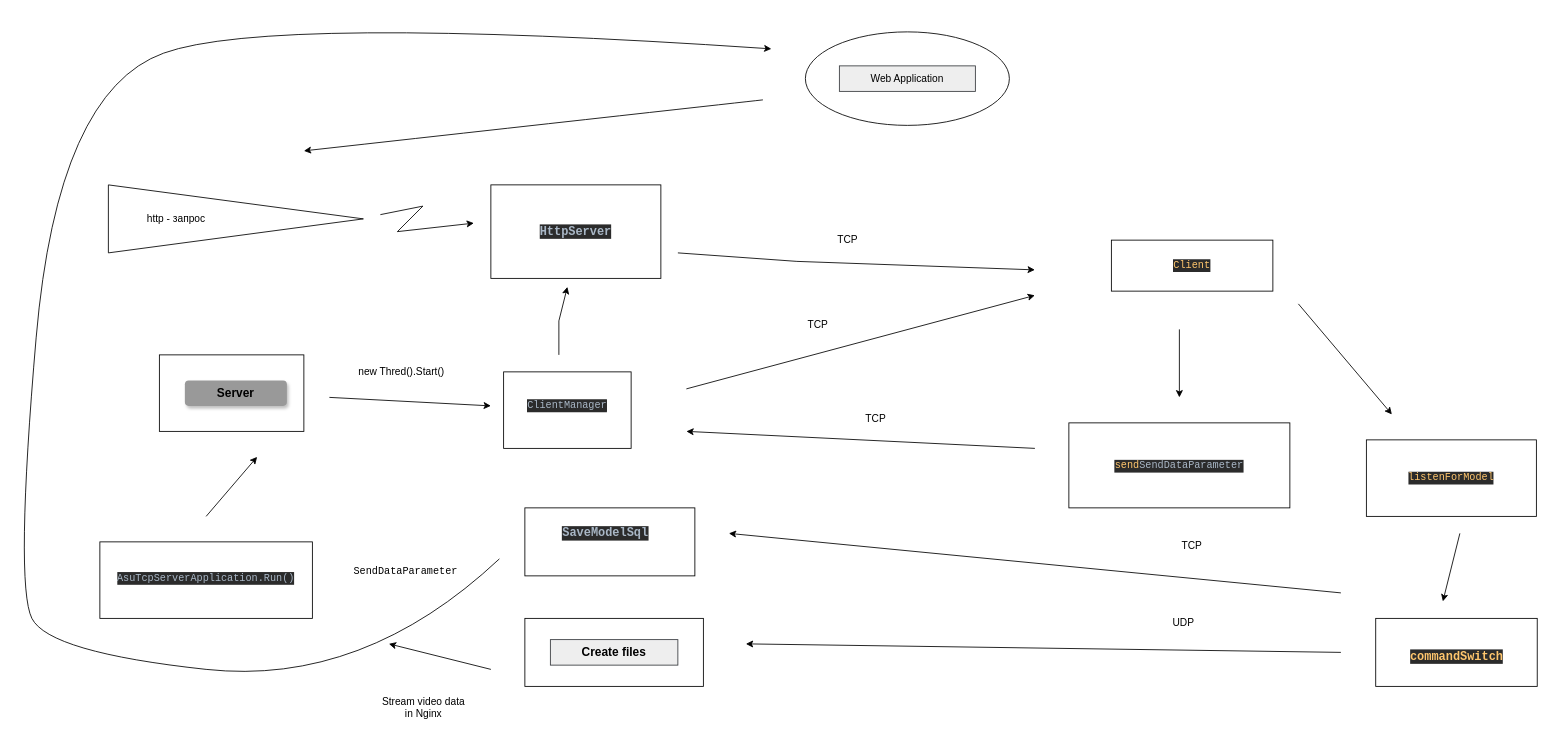
Before: src/main/java/structure_diagram.drawio in seregAnt02/AsuTcpServerOnJava, a draw.io diagram. Source tidied: cells renumbered, new cells numbered last; positions are measured from the earlier drawing's top-left corner, leaving out a move shared by most shapes. Both pictures are drawn from the tidied source at 85%, with x=0, y=0 at pixel (14, 14).
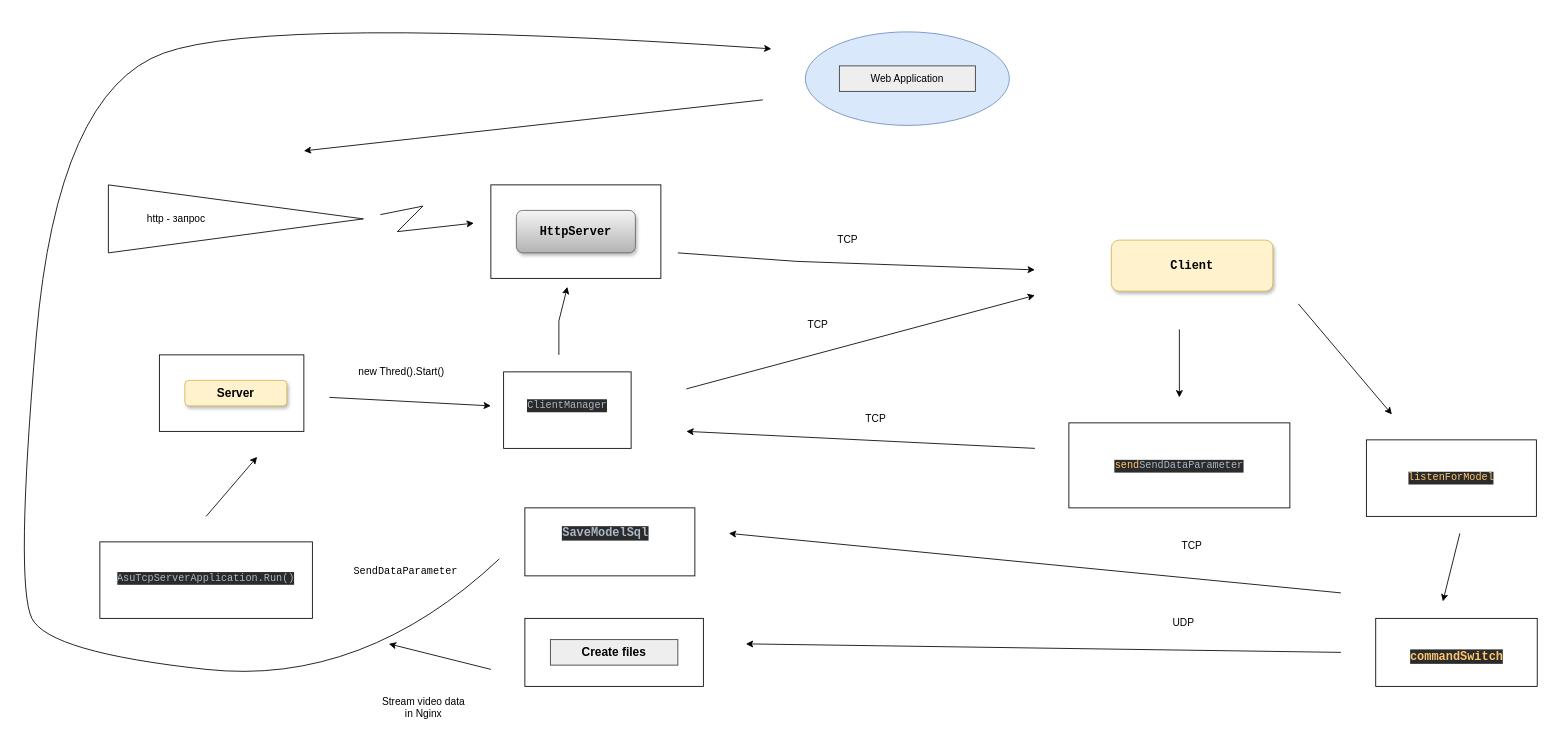
Above is the later version.

The change refers to these unchanged cells:
```xml
<mxCell id="19" style="group;" parent="1" vertex="1">
  <mxGeometry x="560" y="200" width="200" height="310" as="geometry" />
</mxCell>
<mxCell id="30" style="group;" parent="1" vertex="1">
  <mxGeometry x="170" y="400" width="170" height="90" as="geometry" />
</mxCell>
<mxCell id="50" style="group;" parent="1" vertex="1">
  <mxGeometry x="930" y="20" width="240" height="110" as="geometry" />
</mxCell>
```

The edit, as a diff of the source:
```diff
@@
-    <mxCell id="23" value="&lt;h3 style=&quot;background-color: light-dark(rgb(43, 43, 43), rgb(200, 200, 200)); color: light-dark(rgb(169, 183, 198), rgb(71, 83, 96)); font-family: &amp;quot;JetBrains Mono&amp;quot;, monospace;&quot;&gt;HttpServer&lt;/h3&gt;" style="text;html=1;align=center;verticalAlign=middle;whiteSpace=wrap;rounded=0;" parent="19" vertex="1">
+    <mxCell id="23" value="&lt;h3 style=&quot;font-family: &amp;quot;JetBrains Mono&amp;quot;, monospace;&quot;&gt;&lt;font style=&quot;color: light-dark(rgb(0, 0, 0), rgb(71, 83, 96));&quot;&gt;HttpServer&lt;/font&gt;&lt;/h3&gt;" style="text;html=1;align=center;verticalAlign=middle;whiteSpace=wrap;rounded=1;shadow=1;fillColor=#f5f5f5;strokeColor=#666666;gradientColor=#b3b3b3;" parent="19" vertex="1">
       <mxGeometry x="30" y="30" width="140" height="50" as="geometry" />
     </mxCell>
@@
-    <mxCell id="32" value="&lt;h3&gt;Server&lt;/h3&gt;" style="text;html=1;align=center;verticalAlign=middle;whiteSpace=wrap;rounded=1;shadow=1;fillColor=#999999;" parent="30" vertex="1">
+    <mxCell id="32" value="&lt;h3&gt;Server&lt;/h3&gt;" style="text;html=1;align=center;verticalAlign=middle;whiteSpace=wrap;rounded=1;shadow=1;fillColor=#fff2cc;strokeColor=#d6b656;" parent="30" vertex="1">
       <mxGeometry x="30" y="30" width="120" height="30" as="geometry" />
     </mxCell>
@@
-    <mxCell id="51" style="ellipse;whiteSpace=wrap;html=1;" parent="50" vertex="1">
+    <mxCell id="51" style="ellipse;whiteSpace=wrap;html=1;fillColor=#dae8fc;strokeColor=#6c8ebf;" parent="50" vertex="1">
       <mxGeometry width="240" height="110" as="geometry" />
     </mxCell>
@@
-    <mxCell id="65" style="group;" parent="1" vertex="1">
+    <mxCell id="65" style="group;fillColor=none;strokeColor=none;" parent="1" vertex="1">
       <mxGeometry x="1290" y="265" width="190" height="60" as="geometry" />
     </mxCell>
-    <mxCell id="66" style="rounded=0;whiteSpace=wrap;html=1;" parent="65" vertex="1">
+    <mxCell id="66" style="rounded=1;whiteSpace=wrap;html=1;fillColor=#fff2cc;strokeColor=#d6b656;shadow=1;" parent="65" vertex="1">
       <mxGeometry width="190" height="60" as="geometry" />
     </mxCell>
-    <mxCell id="67" value="&lt;pre style=&quot;background-color: rgb(43, 43, 43); color: rgb(169, 183, 198); font-family: &amp;quot;JetBrains Mono&amp;quot;, monospace;&quot;&gt;&lt;pre style=&quot;font-family: &amp;quot;JetBrains Mono&amp;quot;, monospace;&quot;&gt;&lt;span style=&quot;color:#ffc66d;&quot;&gt;Client&lt;/span&gt;&lt;/pre&gt;&lt;/pre&gt;" style="text;html=1;align=center;verticalAlign=middle;whiteSpace=wrap;rounded=0;" parent="65" vertex="1">
+    <mxCell id="67" value="&lt;pre style=&quot;font-family: &amp;quot;JetBrains Mono&amp;quot;, monospace;&quot;&gt;&lt;h3 style=&quot;font-family: &amp;quot;JetBrains Mono&amp;quot;, monospace;&quot;&gt;&lt;span&gt;&lt;font style=&quot;color: rgb(0, 0, 0);&quot;&gt;Client&lt;/font&gt;&lt;/span&gt;&lt;/h3&gt;&lt;/pre&gt;" style="text;html=1;align=center;verticalAlign=middle;whiteSpace=wrap;rounded=0;" parent="65" vertex="1">
       <mxGeometry x="20" y="15" width="150" height="30" as="geometry" />
     </mxCell>
```
